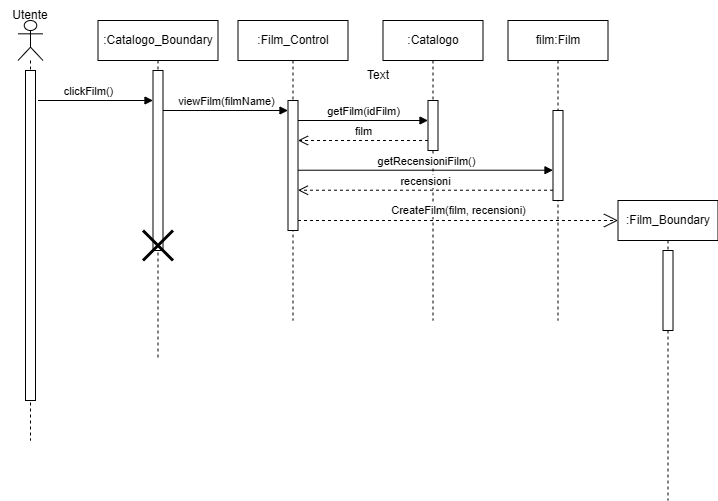
Above: New Diagrams/Sequence Diagrams/UC04 Visualizzazione Dettagli Film.png in superfra01/Rated (draw.io), before the change. Source tidied: cells renumbered, new cells last; positions are measured from the earlier drawing's top-left corner, leaving out a move shared by most shapes.
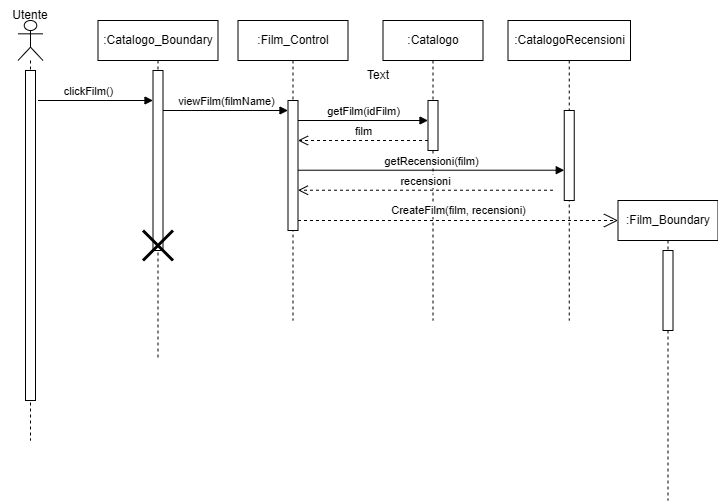
After the change.

Diff of the diagram source:
```diff
@@ -2,18 +2,18 @@
   <root>
     <mxCell id="0" />
     <mxCell id="1" parent="0" />
-    <mxCell id="2" style="shape=umlLifeline;perimeter=lifelinePerimeter;whiteSpace=wrap;html=1;newEdgeStyle={&quot;curved&quot;:0,&quot;rounded&quot;:0};participant=umlActor;" parent="1" vertex="1">
-      <mxGeometry x="17.5" y="20" width="25" height="420" as="geometry" />
-    </mxCell>
+    <mxCell id="24" style="shape=umlLifeline;perimeter=lifelinePerimeter;whiteSpace=wrap;html=1;newEdgeStyle={&quot;curved&quot;:0,&quot;rounded&quot;:0};participant=umlActor;" parent="1" vertex="1">
+      <mxGeometry x="17.5" y="20" width="25" height="420" as="geometry" />
+    </mxCell>
-    <mxCell id="3" style="html=1;perimeter=orthogonalPerimeter;targetShapes=umlLifeline;newEdgeStyle={&quot;curved&quot;:0,&quot;rounded&quot;:0};" parent="2" vertex="1">
+    <mxCell id="3" style="html=1;perimeter=orthogonalPerimeter;targetShapes=umlLifeline;newEdgeStyle={&quot;curved&quot;:0,&quot;rounded&quot;:0};" parent="24" vertex="1">
       <mxGeometry x="7.5" y="50" width="10" height="330" as="geometry" />
     </mxCell>
-    <mxCell id="4" value="film:Film" style="shape=umlLifeline;perimeter=lifelinePerimeter;whiteSpace=wrap;html=1;newEdgeStyle={&quot;curved&quot;:0,&quot;rounded&quot;:0};" parent="1" vertex="1">
-      <mxGeometry x="507.5" y="20" width="100" height="300" as="geometry" />
-    </mxCell>
-    <mxCell id="5" style="html=1;points=[[0,0,0,0,5],[0,1,0,0,-5],[1,0,0,0,5],[1,1,0,0,-5]];perimeter=orthogonalPerimeter;outlineConnect=0;targetShapes=umlLifeline;portConstraint=eastwest;newEdgeStyle={&quot;curved&quot;:0,&quot;rounded&quot;:0};" parent="4" vertex="1">
-      <mxGeometry x="45" y="90" width="10" height="90" as="geometry" />
-    </mxCell>
+    <mxCell id="25" value=":CatalogoRecensioni" style="shape=umlLifeline;perimeter=lifelinePerimeter;whiteSpace=wrap;html=1;newEdgeStyle={&quot;curved&quot;:0,&quot;rounded&quot;:0};" parent="1" vertex="1">
+      <mxGeometry x="507.5" y="20" width="122.5" height="300" as="geometry" />
+    </mxCell>
+    <mxCell id="26" style="html=1;points=[[0,0,0,0,5],[0,1,0,0,-5],[1,0,0,0,5],[1,1,0,0,-5]];perimeter=orthogonalPerimeter;outlineConnect=0;targetShapes=umlLifeline;portConstraint=eastwest;newEdgeStyle={&quot;curved&quot;:0,&quot;rounded&quot;:0};" parent="25" vertex="1">
+      <mxGeometry x="56.2" y="90" width="10" height="90" as="geometry" />
+    </mxCell>
     <mxCell id="6" value=":Film_Control" style="shape=umlLifeline;perimeter=lifelinePerimeter;whiteSpace=wrap;html=1;newEdgeStyle={&quot;curved&quot;:0,&quot;rounded&quot;:0};" parent="1" vertex="1">
       <mxGeometry x="237.5" y="20" width="110" height="300" as="geometry" />
     </mxCell>
@@ -57,11 +57,11 @@
         <mxPoint x="297.5" y="140" as="targetPoint" />
       </mxGeometry>
     </mxCell>
-    <mxCell id="17" value="getRecensioniFilm()" style="html=1;verticalAlign=bottom;endArrow=block;curved=0;rounded=0;" parent="1" edge="1" target="5">
-      <mxGeometry relative="1" as="geometry">
-        <mxPoint x="297.5" y="169.7" as="sourcePoint" />
-      </mxGeometry>
-    </mxCell>
+    <mxCell id="27" value="getRecensioni(film)" style="html=1;verticalAlign=bottom;endArrow=block;curved=0;rounded=0;" parent="1" edge="1" target="26">
+      <mxGeometry relative="1" as="geometry">
+        <mxPoint x="297.5" y="169.7" as="sourcePoint" />
+      </mxGeometry>
+    </mxCell>
     <mxCell id="18" value="recensioni" style="html=1;verticalAlign=bottom;endArrow=open;dashed=1;endSize=8;curved=0;rounded=0;" parent="1" edge="1">
       <mxGeometry relative="1" as="geometry">
         <mxPoint x="552.5" y="189.7" as="sourcePoint" />
```
